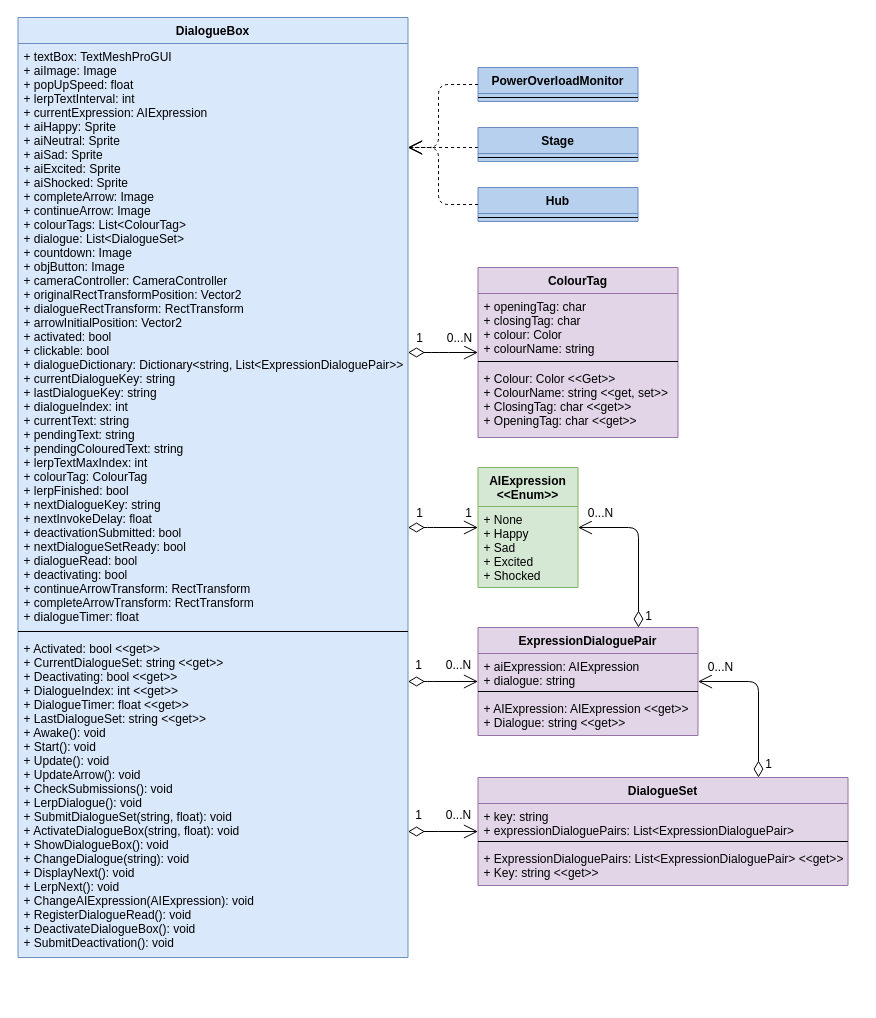
huf0001/COS30031GamesProgramming keeps this draw.io diagram as 31 - DOC - Custom Project D Level/Dialogue Restructure UML.drawio. Above is the earlier version. Source tidied: cells renumbered, new cells numbered last; positions are measured from the earlier drawing's top-left corner, leaving out a move shared by most shapes. Both pictures are drawn from the tidied source at 100%, with x=0, y=0 at pixel (18, 17).
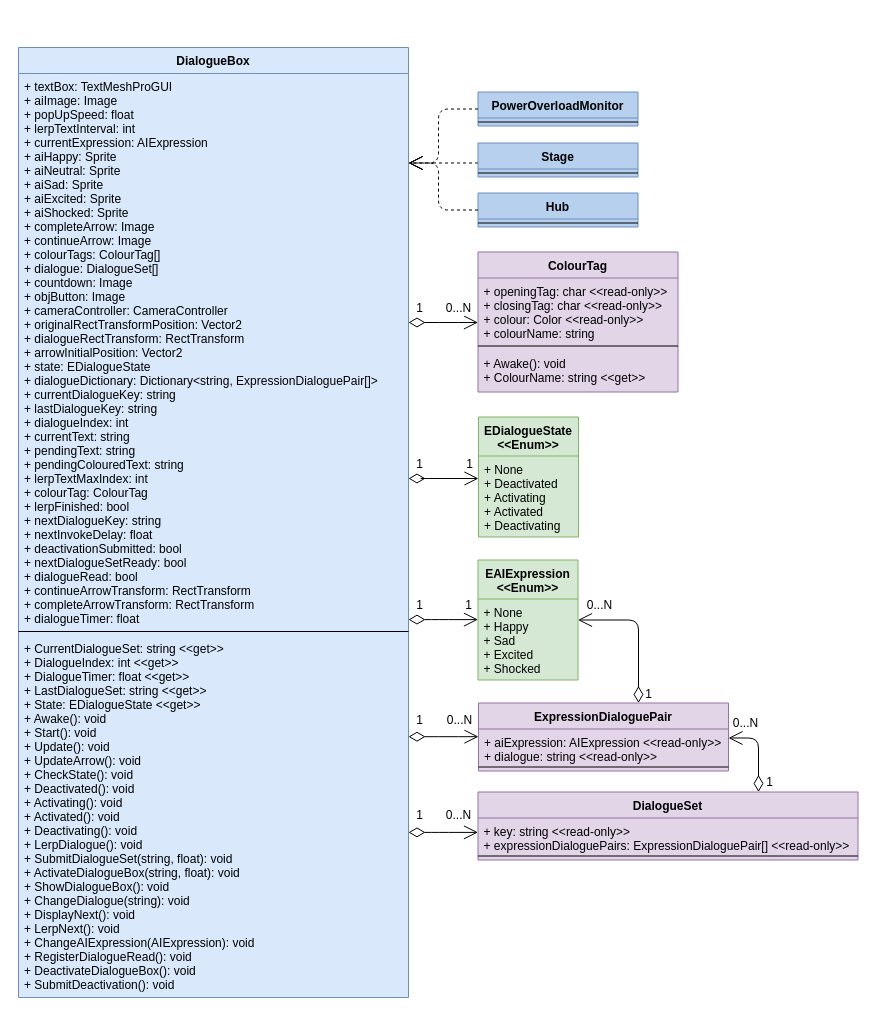
After the change.

Diff of the diagram source:
```diff
@@
     <mxCell id="2" value="DialogueBox" style="swimlane;fontStyle=1;align=center;verticalAlign=top;horizontal=1;startSize=26;fillColor=#dae8fc;strokeColor=#6c8ebf;swimlaneFillColor=#DAE8FC;" parent="1" vertex="1">
-      <mxGeometry x="-0.5" width="390" height="940" as="geometry" />
+      <mxGeometry y="30" width="390" height="950" as="geometry" />
     </mxCell>
-    <mxCell id="3" value="+ textBox: TextMeshProGUI&#10;+ aiImage: Image&#10;+ popUpSpeed: float&#10;+ lerpTextInterval: int&#10;+ currentExpression: AIExpression&#10;+ aiHappy: Sprite&#10;+ aiNeutral: Sprite&#10;+ aiSad: Sprite&#10;+ aiExcited: Sprite&#10;+ aiShocked: Sprite&#10;+ completeArrow: Image&#10;+ continueArrow: Image&#10;+ colourTags: List&lt;ColourTag&gt;&#10;+ dialogue: List&lt;DialogueSet&gt;&#10;+ countdown: Image&#10;+ objButton: Image&#10;+ cameraController: CameraController&#10;+ originalRectTransformPosition: Vector2&#10;+ dialogueRectTransform: RectTransform&#10;+ arrowInitialPosition: Vector2&#10;+ activated: bool&#10;+ clickable: bool&#10;+ dialogueDictionary: Dictionary&lt;string, List&lt;ExpressionDialoguePair&gt;&gt;&#10;+ currentDialogueKey: string&#10;+ lastDialogueKey: string&#10;+ dialogueIndex: int&#10;+ currentText: string&#10;+ pendingText: string&#10;+ pendingColouredText: string&#10;+ lerpTextMaxIndex: int&#10;+ colourTag: ColourTag&#10;+ lerpFinished: bool&#10;+ nextDialogueKey: string&#10;+ nextInvokeDelay: float&#10;+ deactivationSubmitted: bool&#10;+ nextDialogueSetReady: bool&#10;+ dialogueRead: bool&#10;+ deactivating: bool&#10;+ continueArrowTransform: RectTransform&#10;+ completeArrowTransform: RectTransform&#10;+ dialogueTimer: float" style="text;strokeColor=none;fillColor=none;align=left;verticalAlign=top;spacingLeft=4;spacingRight=4;overflow=hidden;" parent="2" vertex="1">
-      <mxGeometry y="26" width="390" height="584" as="geometry" />
+    <mxCell id="3" value="+ textBox: TextMeshProGUI&#10;+ aiImage: Image&#10;+ popUpSpeed: float&#10;+ lerpTextInterval: int&#10;+ currentExpression: AIExpression&#10;+ aiHappy: Sprite&#10;+ aiNeutral: Sprite&#10;+ aiSad: Sprite&#10;+ aiExcited: Sprite&#10;+ aiShocked: Sprite&#10;+ completeArrow: Image&#10;+ continueArrow: Image&#10;+ colourTags: ColourTag[]&#10;+ dialogue: DialogueSet[]&#10;+ countdown: Image&#10;+ objButton: Image&#10;+ cameraController: CameraController&#10;+ originalRectTransformPosition: Vector2&#10;+ dialogueRectTransform: RectTransform&#10;+ arrowInitialPosition: Vector2&#10;+ state: EDialogueState&#10;+ dialogueDictionary: Dictionary&lt;string, ExpressionDialoguePair[]&gt;&#10;+ currentDialogueKey: string&#10;+ lastDialogueKey: string&#10;+ dialogueIndex: int&#10;+ currentText: string&#10;+ pendingText: string&#10;+ pendingColouredText: string&#10;+ lerpTextMaxIndex: int&#10;+ colourTag: ColourTag&#10;+ lerpFinished: bool&#10;+ nextDialogueKey: string&#10;+ nextInvokeDelay: float&#10;+ deactivationSubmitted: bool&#10;+ nextDialogueSetReady: bool&#10;+ dialogueRead: bool&#10;+ continueArrowTransform: RectTransform&#10;+ completeArrowTransform: RectTransform&#10;+ dialogueTimer: float" style="text;strokeColor=none;fillColor=none;align=left;verticalAlign=top;spacingLeft=4;spacingRight=4;overflow=hidden;" parent="2" vertex="1">
+      <mxGeometry y="26" width="390" height="554" as="geometry" />
     </mxCell>
     <mxCell id="4" style="line;strokeWidth=1;fillColor=none;align=left;verticalAlign=middle;spacingTop=-1;spacingLeft=3;spacingRight=3;labelPosition=right;" parent="2" vertex="1">
-      <mxGeometry y="610" width="390" height="8" as="geometry" />
+      <mxGeometry y="580" width="390" height="8" as="geometry" />
     </mxCell>
-    <mxCell id="5" value="+ Activated: bool &lt;&lt;get&gt;&gt;&#10;+ CurrentDialogueSet: string &lt;&lt;get&gt;&gt;&#10;+ Deactivating: bool &lt;&lt;get&gt;&gt;&#10;+ DialogueIndex: int &lt;&lt;get&gt;&gt;&#10;+ DialogueTimer: float &lt;&lt;get&gt;&gt;&#10;+ LastDialogueSet: string &lt;&lt;get&gt;&gt;&#10;+ Awake(): void&#10;+ Start(): void&#10;+ Update(): void&#10;+ UpdateArrow(): void&#10;+ CheckSubmissions(): void&#10;+ LerpDialogue(): void&#10;+ SubmitDialogueSet(string, float): void&#10;+ ActivateDialogueBox(string, float): void&#10;+ ShowDialogueBox(): void&#10;+ ChangeDialogue(string): void&#10;+ DisplayNext(): void&#10;+ LerpNext(): void&#10;+ ChangeAIExpression(AIExpression): void&#10;+ RegisterDialogueRead(): void&#10;+ DeactivateDialogueBox(): void&#10;+ SubmitDeactivation(): void" style="text;strokeColor=none;fillColor=none;align=left;verticalAlign=top;spacingLeft=4;spacingRight=4;overflow=hidden;" parent="2" vertex="1">
-      <mxGeometry y="618" width="390" height="322" as="geometry" />
+    <mxCell id="5" value="+ CurrentDialogueSet: string &lt;&lt;get&gt;&gt;&#10;+ DialogueIndex: int &lt;&lt;get&gt;&gt;&#10;+ DialogueTimer: float &lt;&lt;get&gt;&gt;&#10;+ LastDialogueSet: string &lt;&lt;get&gt;&gt;&#10;+ State: EDialogueState &lt;&lt;get&gt;&gt;&#10;+ Awake(): void&#10;+ Start(): void&#10;+ Update(): void&#10;+ UpdateArrow(): void&#10;+ CheckState(): void&#10;+ Deactivated(): void&#10;+ Activating(): void&#10;+ Activated(): void&#10;+ Deactivating(): void&#10;+ LerpDialogue(): void&#10;+ SubmitDialogueSet(string, float): void&#10;+ ActivateDialogueBox(string, float): void&#10;+ ShowDialogueBox(): void&#10;+ ChangeDialogue(string): void&#10;+ DisplayNext(): void&#10;+ LerpNext(): void&#10;+ ChangeAIExpression(AIExpression): void&#10;+ RegisterDialogueRead(): void&#10;+ DeactivateDialogueBox(): void&#10;+ SubmitDeactivation(): void" style="text;strokeColor=none;fillColor=none;align=left;verticalAlign=top;spacingLeft=4;spacingRight=4;overflow=hidden;" parent="2" vertex="1">
+      <mxGeometry y="588" width="390" height="362" as="geometry" />
     </mxCell>
-    <mxCell id="6" value="AIExpression&#10;&lt;&lt;Enum&gt;&gt;" style="swimlane;fontStyle=1;align=center;verticalAlign=top;horizontal=1;startSize=39;fillColor=#d5e8d4;strokeColor=#82b366;swimlaneFillColor=#D5E8D4;" parent="1" vertex="1">
-      <mxGeometry x="459.5" y="450" width="100" height="120" as="geometry" />
+    <mxCell id="6" value="EAIExpression&#10;&lt;&lt;Enum&gt;&gt;" style="swimlane;fontStyle=1;align=center;verticalAlign=top;horizontal=1;startSize=39;fillColor=#d5e8d4;strokeColor=#82b366;swimlaneFillColor=#D5E8D4;" parent="1" vertex="1">
+      <mxGeometry x="459.5" y="542.5" width="100" height="120" as="geometry" />
     </mxCell>
@@
     <mxCell id="8" value="ColourTag" style="swimlane;fontStyle=1;align=center;verticalAlign=top;horizontal=1;startSize=26;fillColor=#e1d5e7;strokeColor=#9673a6;swimlaneFillColor=#E1D5E7;" parent="1" vertex="1">
-      <mxGeometry x="459.5" y="250" width="200" height="170" as="geometry" />
+      <mxGeometry x="459.5" y="234.5" width="200" height="140" as="geometry" />
     </mxCell>
-    <mxCell id="9" value="+ openingTag: char&#10;+ closingTag: char&#10;+ colour: Color&#10;+ colourName: string" style="text;strokeColor=none;fillColor=none;align=left;verticalAlign=top;spacingLeft=4;spacingRight=4;overflow=hidden;" parent="8" vertex="1">
+    <mxCell id="9" value="+ openingTag: char &lt;&lt;read-only&gt;&gt;&#10;+ closingTag: char &lt;&lt;read-only&gt;&gt;&#10;+ colour: Color &lt;&lt;read-only&gt;&gt;&#10;+ colourName: string" style="text;strokeColor=none;fillColor=none;align=left;verticalAlign=top;spacingLeft=4;spacingRight=4;overflow=hidden;" parent="8" vertex="1">
       <mxGeometry y="26" width="200" height="64" as="geometry" />
     </mxCell>
@@
-    <mxCell id="11" value="+ Colour: Color &lt;&lt;Get&gt;&gt;&#10;+ ColourName: string &lt;&lt;get, set&gt;&gt;&#10;+ ClosingTag: char &lt;&lt;get&gt;&gt;&#10;+ OpeningTag: char &lt;&lt;get&gt;&gt;" style="text;strokeColor=none;fillColor=none;align=left;verticalAlign=top;spacingLeft=4;spacingRight=4;overflow=hidden;" parent="8" vertex="1">
-      <mxGeometry y="98" width="200" height="72" as="geometry" />
+    <mxCell id="11" value="+ Awake(): void&#10;+ ColourName: string &lt;&lt;get&gt;&gt;" style="text;strokeColor=none;fillColor=none;align=left;verticalAlign=top;spacingLeft=4;spacingRight=4;overflow=hidden;" parent="8" vertex="1">
+      <mxGeometry y="98" width="200" height="42" as="geometry" />
     </mxCell>
     <mxCell id="12" value="ExpressionDialoguePair" style="swimlane;fontStyle=1;align=center;verticalAlign=top;horizontal=1;startSize=26;fillColor=#e1d5e7;strokeColor=#9673a6;swimlaneFillColor=#E1D5E7;" parent="1" vertex="1">
-      <mxGeometry x="459.5" y="610" width="220" height="108" as="geometry" />
+      <mxGeometry x="460" y="685.5" width="250" height="68" as="geometry" />
     </mxCell>
-    <mxCell id="13" value="+ aiExpression: AIExpression&#10;+ dialogue: string" style="text;strokeColor=none;fillColor=none;align=left;verticalAlign=top;spacingLeft=4;spacingRight=4;overflow=hidden;" parent="12" vertex="1">
-      <mxGeometry y="26" width="220" height="34" as="geometry" />
+    <mxCell id="13" value="+ aiExpression: AIExpression &lt;&lt;read-only&gt;&gt;&#10;+ dialogue: string &lt;&lt;read-only&gt;&gt;" style="text;strokeColor=none;fillColor=none;align=left;verticalAlign=top;spacingLeft=4;spacingRight=4;overflow=hidden;" parent="12" vertex="1">
+      <mxGeometry y="26" width="250" height="34" as="geometry" />
     </mxCell>
     <mxCell id="14" style="line;strokeWidth=1;fillColor=none;align=left;verticalAlign=middle;spacingTop=-1;spacingLeft=3;spacingRight=3;labelPosition=right;" parent="12" vertex="1">
-      <mxGeometry y="60" width="220" height="8" as="geometry" />
+      <mxGeometry y="60" width="250" height="8" as="geometry" />
     </mxCell>
-    <mxCell id="15" value="+ AIExpression: AIExpression &lt;&lt;get&gt;&gt;&#10;+ Dialogue: string &lt;&lt;get&gt;&gt;" style="text;strokeColor=none;fillColor=none;align=left;verticalAlign=top;spacingLeft=4;spacingRight=4;overflow=hidden;" parent="12" vertex="1">
-      <mxGeometry y="68" width="220" height="40" as="geometry" />
-    </mxCell>
     <mxCell id="16" value="DialogueSet" style="swimlane;fontStyle=1;align=center;verticalAlign=top;horizontal=1;startSize=26;fillColor=#e1d5e7;strokeColor=#9673a6;swimlaneFillColor=#E1D5E7;" parent="1" vertex="1">
-      <mxGeometry x="459.5" y="760" width="370" height="108" as="geometry" />
+      <mxGeometry x="459.5" y="774.5" width="380" height="68" as="geometry" />
     </mxCell>
-    <mxCell id="17" value="+ key: string&#10;+ expressionDialoguePairs: List&lt;ExpressionDialoguePair&gt;" style="text;strokeColor=none;fillColor=none;align=left;verticalAlign=top;spacingLeft=4;spacingRight=4;overflow=hidden;" parent="16" vertex="1">
-      <mxGeometry y="26" width="370" height="34" as="geometry" />
+    <mxCell id="17" value="+ key: string &lt;&lt;read-only&gt;&gt;&#10;+ expressionDialoguePairs: ExpressionDialoguePair[] &lt;&lt;read-only&gt;&gt;" style="text;strokeColor=none;fillColor=none;align=left;verticalAlign=top;spacingLeft=4;spacingRight=4;overflow=hidden;" parent="16" vertex="1">
+      <mxGeometry y="26" width="380" height="34" as="geometry" />
     </mxCell>
     <mxCell id="18" style="line;strokeWidth=1;fillColor=none;align=left;verticalAlign=middle;spacingTop=-1;spacingLeft=3;spacingRight=3;labelPosition=right;" parent="16" vertex="1">
-      <mxGeometry y="60" width="370" height="8" as="geometry" />
+      <mxGeometry y="60" width="380" height="8" as="geometry" />
     </mxCell>
-    <mxCell id="19" value="+ ExpressionDialoguePairs: List&lt;ExpressionDialoguePair&gt; &lt;&lt;get&gt;&gt;&#10;+ Key: string &lt;&lt;get&gt;&gt;" style="text;strokeColor=none;fillColor=none;align=left;verticalAlign=top;spacingLeft=4;spacingRight=4;overflow=hidden;" parent="16" vertex="1">
-      <mxGeometry y="68" width="370" height="40" as="geometry" />
-    </mxCell>
     <mxCell id="20" style="endArrow=open;html=1;endSize=12;startArrow=diamondThin;startSize=14;startFill=0;edgeStyle=orthogonalEdgeStyle;align=left;verticalAlign=bottom;" parent="1" edge="1" source="2" target="8">
       <mxGeometry x="-0.43" y="25" relative="1" as="geometry">
         <Array as="points">
-          <mxPoint x="420" y="335" />
-          <mxPoint x="420" y="335" />
+          <mxPoint x="430" y="305" />
+          <mxPoint x="430" y="305" />
         </Array>
       </mxGeometry>
     </mxCell>
@@
-    <mxCell id="23" style="endArrow=open;html=1;endSize=12;startArrow=diamondThin;startSize=14;startFill=0;edgeStyle=orthogonalEdgeStyle;align=left;verticalAlign=bottom;" parent="1" edge="1" source="2" target="6">
+    <mxCell id="23" style="endArrow=open;html=1;endSize=12;startArrow=diamondThin;startSize=14;startFill=0;edgeStyle=orthogonalEdgeStyle;align=left;verticalAlign=bottom;" parent="1" edge="1" target="6">
       <mxGeometry x="-0.43" y="25" relative="1" as="geometry">
+        <mxPoint x="390" y="602.1" as="sourcePoint" />
         <Array as="points">
-          <mxPoint x="409.5" y="510" />
-          <mxPoint x="409.5" y="510" />
+          <mxPoint x="420" y="602" />
+          <mxPoint x="420" y="602" />
         </Array>
       </mxGeometry>
     </mxCell>
@@
     <mxCell id="26" style="endArrow=open;html=1;endSize=12;startArrow=diamondThin;startSize=14;startFill=0;edgeStyle=orthogonalEdgeStyle;align=left;verticalAlign=bottom;" parent="1" edge="1" source="12" target="6">
       <mxGeometry x="-0.43" y="25" relative="1" as="geometry">
         <Array as="points">
-          <mxPoint x="620" y="510" />
+          <mxPoint x="620" y="602.5" />
         </Array>
       </mxGeometry>
     </mxCell>
@@
     <mxCell id="29" style="endArrow=open;html=1;endSize=12;startArrow=diamondThin;startSize=14;startFill=0;edgeStyle=orthogonalEdgeStyle;align=left;verticalAlign=bottom;" parent="1" edge="1" source="16" target="12">
       <mxGeometry x="-0.43" y="25" relative="1" as="geometry">
         <Array as="points">
-          <mxPoint x="740" y="664" />
+          <mxPoint x="740" y="720.5" />
         </Array>
       </mxGeometry>
     </mxCell>
     <mxCell id="30" value="0...N" style="text;html=1;align=center;verticalAlign=middle;labelBackgroundColor=#ffffff;" parent="29" vertex="1">
       <mxGeometry x="0.79" relative="1" as="geometry">
-        <mxPoint x="5" y="-15" as="offset" />
+        <mxPoint x="7" y="-15" as="offset" />
       </mxGeometry>
     </mxCell>
     <mxCell id="31" value="1" style="text;html=1;align=center;verticalAlign=middle;labelBackgroundColor=#ffffff;" parent="29" vertex="1">
       <mxGeometry x="-0.75" y="1" relative="1" as="geometry">
-        <mxPoint x="10.5" y="6.5" as="offset" />
+        <mxPoint x="11.5" y="0.5" as="offset" />
       </mxGeometry>
     </mxCell>
-    <mxCell id="32" style="endArrow=open;html=1;endSize=12;startArrow=diamondThin;startSize=14;startFill=0;edgeStyle=orthogonalEdgeStyle;align=left;verticalAlign=bottom;" parent="1" edge="1" source="2" target="16">
+    <mxCell id="32" style="endArrow=open;html=1;endSize=12;startArrow=diamondThin;startSize=14;startFill=0;edgeStyle=orthogonalEdgeStyle;align=left;verticalAlign=bottom;" parent="1" edge="1" target="16">
       <mxGeometry x="-0.43" y="25" relative="1" as="geometry">
+        <mxPoint x="390" y="814.9" as="sourcePoint" />
         <Array as="points">
-          <mxPoint x="419.5" y="814" />
-          <mxPoint x="419.5" y="814" />
+          <mxPoint x="420" y="815" />
+          <mxPoint x="420" y="815" />
         </Array>
       </mxGeometry>
     </mxCell>
@@
-    <mxCell id="35" style="endArrow=open;html=1;endSize=12;startArrow=diamondThin;startSize=14;startFill=0;edgeStyle=orthogonalEdgeStyle;align=left;verticalAlign=bottom;" parent="1" edge="1" source="2" target="12">
+    <mxCell id="35" style="endArrow=open;html=1;endSize=12;startArrow=diamondThin;startSize=14;startFill=0;edgeStyle=orthogonalEdgeStyle;align=left;verticalAlign=bottom;" parent="1" edge="1" target="12">
       <mxGeometry x="-0.43" y="25" relative="1" as="geometry">
+        <mxPoint x="390" y="719.2" as="sourcePoint" />
         <Array as="points">
-          <mxPoint x="409.5" y="664" />
-          <mxPoint x="409.5" y="664" />
+          <mxPoint x="430" y="719.5" />
+          <mxPoint x="430" y="719.5" />
         </Array>
       </mxGeometry>
     </mxCell>
@@
-    <mxCell id="38" style="endArrow=open;endSize=12;dashed=1;html=1;edgeStyle=orthogonalEdgeStyle;" parent="1" edge="1" source="39" target="2">
+    <mxCell id="38" style="endArrow=open;endSize=12;dashed=1;html=1;edgeStyle=orthogonalEdgeStyle;" parent="1" edge="1" source="39">
       <mxGeometry relative="1" as="geometry">
+        <mxPoint x="390" y="145.5" as="targetPoint" />
         <Array as="points">
-          <mxPoint x="410" y="130" />
-          <mxPoint x="410" y="130" />
+          <mxPoint x="430" y="145.5" />
+          <mxPoint x="430" y="145.5" />
         </Array>
       </mxGeometry>
     </mxCell>
     <mxCell id="39" value="Stage" style="swimlane;fontStyle=1;align=center;verticalAlign=top;horizontal=1;startSize=26;fillColor=#B6D0ED;strokeColor=#6c8ebf;swimlaneFillColor=#B6D0ED;" parent="1" vertex="1">
-      <mxGeometry x="459.5" y="110" width="160" height="34" as="geometry" />
+      <mxGeometry x="459.5" y="125.5" width="160" height="34" as="geometry" />
     </mxCell>
@@
     <mxCell id="41" value="Hub" style="swimlane;fontStyle=1;align=center;verticalAlign=top;horizontal=1;startSize=26;fillColor=#B6D0ED;strokeColor=#6c8ebf;swimlaneFillColor=#B6D0ED;" parent="1" vertex="1">
-      <mxGeometry x="459.5" y="170" width="160" height="34" as="geometry" />
+      <mxGeometry x="459.5" y="175.5" width="160" height="34" as="geometry" />
     </mxCell>
@@
-    <mxCell id="43" style="endArrow=open;endSize=12;dashed=1;html=1;edgeStyle=orthogonalEdgeStyle;" parent="1" edge="1" source="41" target="2">
+    <mxCell id="43" style="endArrow=open;endSize=12;dashed=1;html=1;edgeStyle=orthogonalEdgeStyle;" parent="1" edge="1" source="41">
       <mxGeometry relative="1" as="geometry">
+        <mxPoint x="390" y="145.5" as="targetPoint" />
         <Array as="points">
-          <mxPoint x="420" y="187" />
-          <mxPoint x="420" y="130" />
+          <mxPoint x="420" y="192.5" />
+          <mxPoint x="420" y="145.5" />
         </Array>
       </mxGeometry>
     </mxCell>
     <mxCell id="44" value="PowerOverloadMonitor" style="swimlane;fontStyle=1;align=center;verticalAlign=top;horizontal=1;startSize=26;fillColor=#B6D0ED;strokeColor=#6c8ebf;swimlaneFillColor=#B6D0ED;" parent="1" vertex="1">
-      <mxGeometry x="459.5" y="50" width="160" height="34" as="geometry" />
+      <mxGeometry x="459.5" y="74.5" width="160" height="34" as="geometry" />
     </mxCell>
@@
-    <mxCell id="46" style="endArrow=open;endSize=12;dashed=1;html=1;edgeStyle=orthogonalEdgeStyle;" parent="1" edge="1" source="44" target="2">
+    <mxCell id="46" style="endArrow=open;endSize=12;dashed=1;html=1;edgeStyle=orthogonalEdgeStyle;" parent="1" edge="1" source="44">
       <mxGeometry relative="1" as="geometry">
+        <mxPoint x="390" y="145.5" as="targetPoint" />
         <Array as="points">
-          <mxPoint x="420" y="67" />
-          <mxPoint x="420" y="130" />
+          <mxPoint x="420" y="91.5" />
+          <mxPoint x="420" y="145.5" />
         </Array>
       </mxGeometry>
     </mxCell>
+    <mxCell id="47" value="EDialogueState&#10;&lt;&lt;Enum&gt;&gt;" style="swimlane;fontStyle=1;align=center;verticalAlign=top;horizontal=1;startSize=39;fillColor=#d5e8d4;strokeColor=#82b366;swimlaneFillColor=#D5E8D4;" parent="1" vertex="1">
+      <mxGeometry x="460" y="399.5" width="100" height="120" as="geometry" />
+    </mxCell>
+    <mxCell id="48" value="+ None&#10;+ Deactivated&#10;+ Activating&#10;+ Activated&#10;+ Deactivating" style="text;strokeColor=none;fillColor=none;align=left;verticalAlign=top;spacingLeft=4;spacingRight=4;overflow=hidden;" parent="47" vertex="1">
+      <mxGeometry y="39" width="100" height="81" as="geometry" />
+    </mxCell>
+    <mxCell id="49" style="endArrow=open;html=1;endSize=12;startArrow=diamondThin;startSize=14;startFill=0;edgeStyle=orthogonalEdgeStyle;align=left;verticalAlign=bottom;" parent="1" edge="1" source="2" target="47">
+      <mxGeometry x="-0.43" y="25" relative="1" as="geometry">
+        <Array as="points">
+          <mxPoint x="400" y="461" />
+          <mxPoint x="400" y="461" />
+        </Array>
+      </mxGeometry>
+    </mxCell>
+    <mxCell id="50" value="1" style="text;html=1;align=center;verticalAlign=middle;labelBackgroundColor=#ffffff;" parent="49" vertex="1">
+      <mxGeometry x="0.79" relative="1" as="geometry">
+        <mxPoint x="-3" y="-15" as="offset" />
+      </mxGeometry>
+    </mxCell>
+    <mxCell id="51" value="1" style="text;html=1;align=center;verticalAlign=middle;labelBackgroundColor=#ffffff;" parent="49" vertex="1">
+      <mxGeometry x="-0.75" y="1" relative="1" as="geometry">
+        <mxPoint x="1.5" y="-14" as="offset" />
+      </mxGeometry>
+    </mxCell>
```
